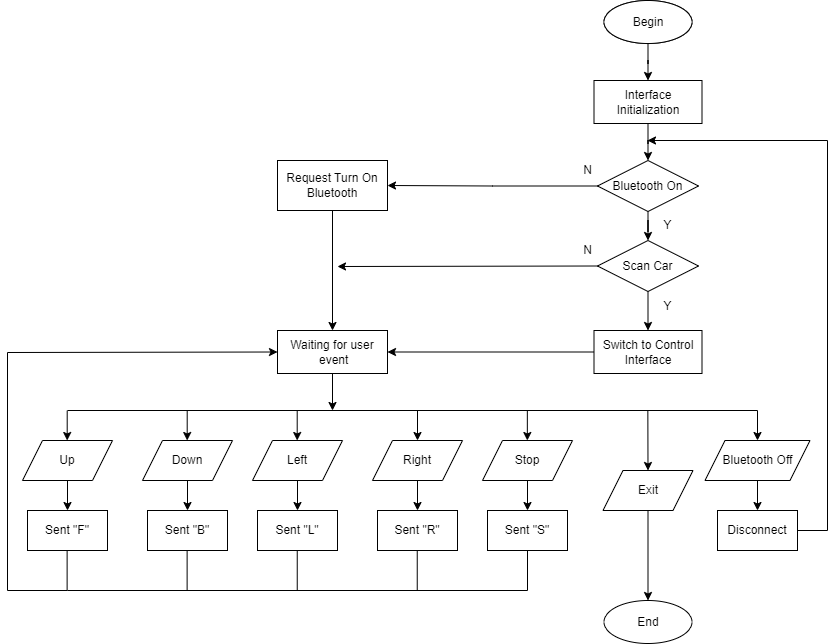
This is Algorithm Diagram.drawio.png from lil-dua/arduino_bluetooth_car, a draw.io export, as it was before one commit. Source tidied: cells renumbered, new cells last; positions are measured from the earlier drawing's top-left corner, leaving out a move shared by most shapes.
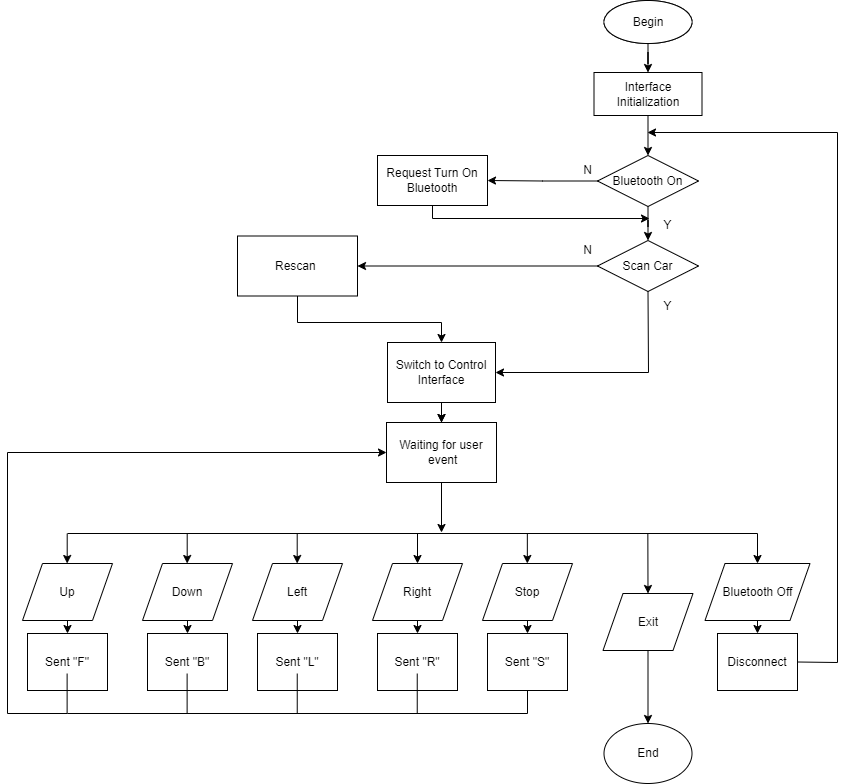
The same diagram one commit later.

Change to the diagram source:
```diff
@@ -3,13 +3,13 @@
     <mxCell id="0" />
     <mxCell id="1" parent="0" />
     <mxCell id="2" value="Begin" style="ellipse;whiteSpace=wrap;html=1;" parent="1" vertex="1">
-      <mxGeometry x="596.5" width="88" height="43" as="geometry" />
+      <mxGeometry x="596.5" y="-123" width="88" height="43" as="geometry" />
     </mxCell>
     <mxCell id="3" style="edgeStyle=orthogonalEdgeStyle;rounded=0;jettySize=auto;html=1;" parent="1" edge="1" source="4" target="7">
       <mxGeometry relative="1" as="geometry" />
     </mxCell>
     <mxCell id="4" value="Interface Initialization" style="rounded=0;whiteSpace=wrap;html=1;" parent="1" vertex="1">
-      <mxGeometry x="586.5" y="80" width="108" height="43" as="geometry" />
+      <mxGeometry x="586.5" y="-51" width="108" height="43" as="geometry" />
     </mxCell>
     <mxCell id="5" style="edgeStyle=orthogonalEdgeStyle;rounded=0;jettySize=auto;html=1;" parent="1" edge="1" source="7" target="9">
       <mxGeometry relative="1" as="geometry" />
@@ -18,33 +18,22 @@
       <mxGeometry relative="1" as="geometry" />
     </mxCell>
     <mxCell id="7" value="Bluetooth On" style="rhombus;whiteSpace=wrap;html=1;" parent="1" vertex="1">
-      <mxGeometry x="590" y="160" width="101" height="51" as="geometry" />
+      <mxGeometry x="590" y="32" width="101" height="51" as="geometry" />
     </mxCell>
-    <mxCell id="8" style="edgeStyle=orthogonalEdgeStyle;rounded=0;jettySize=auto;html=1;exitX=0.5;exitY=1;exitDx=0;exitDy=0;entryX=0.5;entryY=0;entryDx=0;entryDy=0;" parent="1" edge="1" source="9" target="11">
-      <mxGeometry relative="1" as="geometry" />
-    </mxCell>
     <mxCell id="9" value="Scan Car" style="rhombus;whiteSpace=wrap;html=1;" parent="1" vertex="1">
-      <mxGeometry x="590" y="240" width="101" height="51" as="geometry" />
+      <mxGeometry x="590" y="117" width="101" height="51" as="geometry" />
     </mxCell>
     <mxCell id="10" style="edgeStyle=orthogonalEdgeStyle;rounded=0;jettySize=auto;html=1;" parent="1" edge="1" source="11" target="15">
       <mxGeometry relative="1" as="geometry" />
     </mxCell>
-    <mxCell id="11" value="Switch to Control Interface" style="rounded=0;whiteSpace=wrap;html=1;" parent="1" vertex="1">
-      <mxGeometry x="586.5" y="330" width="108" height="43" as="geometry" />
-    </mxCell>
-    <mxCell id="12" style="edgeStyle=orthogonalEdgeStyle;rounded=0;jettySize=auto;html=1;entryX=0.5;entryY=0;entryDx=0;entryDy=0;" parent="1" edge="1" source="13" target="15">
+    <mxCell id="12" style="edgeStyle=orthogonalEdgeStyle;rounded=0;jettySize=auto;html=1;entryX=0.5;entryY=0;entryDx=0;entryDy=0;startArrow=none;" parent="1" edge="1" source="11" target="15">
       <mxGeometry relative="1" as="geometry" />
     </mxCell>
     <mxCell id="13" value="Request Turn On Bluetooth" style="rounded=0;whiteSpace=wrap;html=1;" parent="1" vertex="1">
-      <mxGeometry x="270" y="160" width="110" height="50" as="geometry" />
+      <mxGeometry x="370" y="32" width="110" height="50" as="geometry" />
     </mxCell>
-    <mxCell id="14" style="edgeStyle=orthogonalEdgeStyle;rounded=0;jettySize=auto;html=1;" parent="1" edge="1" source="15">
-      <mxGeometry relative="1" as="geometry">
-        <mxPoint x="325" y="410" as="targetPoint" />
-      </mxGeometry>
-    </mxCell>
     <mxCell id="15" value="Waiting for user&lt;br&gt;&amp;nbsp;event" style="rounded=0;whiteSpace=wrap;html=1;" parent="1" vertex="1">
-      <mxGeometry x="270" y="330" width="110" height="43" as="geometry" />
+      <mxGeometry x="379" y="299" width="110" height="60" as="geometry" />
     </mxCell>
     <mxCell id="16" style="edgeStyle=orthogonalEdgeStyle;rounded=0;jettySize=auto;html=1;" parent="1" edge="1" target="27">
       <mxGeometry relative="1" as="geometry">
@@ -55,10 +44,10 @@
       <mxGeometry relative="1" as="geometry" />
     </mxCell>
     <mxCell id="18" value="Begin" style="ellipse;whiteSpace=wrap;html=1;" parent="1" vertex="1">
-      <mxGeometry x="596.5" width="88" height="43" as="geometry" />
+      <mxGeometry x="596.5" y="-123" width="88" height="43" as="geometry" />
     </mxCell>
     <mxCell id="19" value="End" style="ellipse;whiteSpace=wrap;html=1;" parent="1" vertex="1">
-      <mxGeometry x="596.5" y="600" width="88" height="43" as="geometry" />
+      <mxGeometry x="596.5" y="600" width="88" height="60" as="geometry" />
     </mxCell>
     <mxCell id="20" style="edgeStyle=orthogonalEdgeStyle;rounded=0;jettySize=auto;html=1;entryX=0.5;entryY=0;entryDx=0;entryDy=0;" parent="1" edge="1" target="28">
       <mxGeometry relative="1" as="geometry">
@@ -85,32 +74,23 @@
         <mxPoint x="640.5" y="510" as="sourcePoint" />
       </mxGeometry>
     </mxCell>
-    <mxCell id="25" style="edgeStyle=orthogonalEdgeStyle;rounded=0;jettySize=auto;html=1;" parent="1" edge="1" source="26">
-      <mxGeometry relative="1" as="geometry">
-        <mxPoint x="640" y="140" as="targetPoint" />
-        <Array as="points">
-          <mxPoint x="820" y="530" />
-          <mxPoint x="820" y="140" />
-        </Array>
-      </mxGeometry>
-    </mxCell>
     <mxCell id="26" value="Disconnect" style="rounded=0;whiteSpace=wrap;html=1;" parent="1" vertex="1">
-      <mxGeometry x="710" y="510" width="80" height="40" as="geometry" />
+      <mxGeometry x="710" y="510" width="80" height="57" as="geometry" />
     </mxCell>
     <mxCell id="27" value="Sent &quot;F&quot;" style="rounded=0;whiteSpace=wrap;html=1;" parent="1" vertex="1">
-      <mxGeometry x="20" y="510" width="80" height="40" as="geometry" />
+      <mxGeometry x="20" y="510" width="80" height="57" as="geometry" />
     </mxCell>
     <mxCell id="28" value="Sent &quot;B&quot;" style="rounded=0;whiteSpace=wrap;html=1;" parent="1" vertex="1">
-      <mxGeometry x="140" y="510" width="80" height="40" as="geometry" />
+      <mxGeometry x="140" y="510" width="80" height="57" as="geometry" />
     </mxCell>
     <mxCell id="29" value="Sent &quot;L&quot;" style="rounded=0;whiteSpace=wrap;html=1;" parent="1" vertex="1">
-      <mxGeometry x="250" y="510" width="80" height="40" as="geometry" />
+      <mxGeometry x="250" y="510" width="80" height="57" as="geometry" />
     </mxCell>
     <mxCell id="30" value="Sent &quot;R&quot;" style="rounded=0;whiteSpace=wrap;html=1;" parent="1" vertex="1">
-      <mxGeometry x="370" y="510" width="80" height="40" as="geometry" />
+      <mxGeometry x="370" y="510" width="80" height="57" as="geometry" />
     </mxCell>
     <mxCell id="31" value="Sent &quot;S&quot;" style="rounded=0;whiteSpace=wrap;html=1;" parent="1" vertex="1">
-      <mxGeometry x="480" y="510" width="80" height="40" as="geometry" />
+      <mxGeometry x="480" y="510" width="80" height="57" as="geometry" />
     </mxCell>
     <mxCell id="32" style="edgeStyle=orthogonalEdgeStyle;rounded=0;jettySize=auto;html=1;" parent="1" edge="1" target="26">
       <mxGeometry relative="1" as="geometry">
@@ -205,47 +185,87 @@
         <mxPoint x="60" y="590" as="sourcePoint" />
         <Array as="points">
           <mxPoint y="590" />
-          <mxPoint y="352" />
+          <mxPoint y="329" />
         </Array>
       </mxGeometry>
     </mxCell>
-    <mxCell id="48" style="endArrow=classic;html=1;rounded=0;exitX=0;exitY=0.5;exitDx=0;exitDy=0;" parent="1" edge="1" source="9">
-      <mxGeometry relative="1" as="geometry">
-        <mxPoint x="330" y="266" as="targetPoint" />
-      </mxGeometry>
-    </mxCell>
     <mxCell id="49" value="N" style="text;html=1;align=center;verticalAlign=middle;strokeColor=none;fillColor=none;" parent="1" vertex="1">
-      <mxGeometry x="565" y="155" width="30" height="30" as="geometry" />
+      <mxGeometry x="565" y="32" width="30" height="30" as="geometry" />
     </mxCell>
     <mxCell id="50" value="Y" style="text;html=1;align=center;verticalAlign=middle;points=[];strokeColor=none;fillColor=none;" parent="1" vertex="1">
-      <mxGeometry x="645" y="210" width="30" height="30" as="geometry" />
+      <mxGeometry x="645" y="87" width="30" height="30" as="geometry" />
     </mxCell>
     <mxCell id="51" value="Y" style="text;html=1;align=center;verticalAlign=middle;strokeColor=none;fillColor=none;" parent="1" vertex="1">
-      <mxGeometry x="645" y="291" width="30" height="30" as="geometry" />
+      <mxGeometry x="645" y="168" width="30" height="30" as="geometry" />
     </mxCell>
     <mxCell id="52" value="N" style="text;html=1;align=center;verticalAlign=middle;strokeColor=none;fillColor=none;" parent="1" vertex="1">
-      <mxGeometry x="565" y="235" width="30" height="30" as="geometry" />
+      <mxGeometry x="565" y="112" width="30" height="30" as="geometry" />
     </mxCell>
     <mxCell id="53" value="Up" style="shape=parallelogram;perimeter=parallelogramPerimeter;whiteSpace=wrap;html=1;fixedSize=1;" parent="1" vertex="1">
-      <mxGeometry x="15" y="440" width="90" height="40" as="geometry" />
+      <mxGeometry x="15" y="440" width="90" height="57" as="geometry" />
     </mxCell>
     <mxCell id="54" value="Down" style="shape=parallelogram;perimeter=parallelogramPerimeter;whiteSpace=wrap;html=1;fixedSize=1;" parent="1" vertex="1">
-      <mxGeometry x="135" y="440" width="90" height="40" as="geometry" />
+      <mxGeometry x="135" y="440" width="90" height="57" as="geometry" />
     </mxCell>
     <mxCell id="55" value="Left" style="shape=parallelogram;perimeter=parallelogramPerimeter;whiteSpace=wrap;html=1;fixedSize=1;" parent="1" vertex="1">
-      <mxGeometry x="245" y="440" width="90" height="40" as="geometry" />
+      <mxGeometry x="245" y="440" width="90" height="57" as="geometry" />
     </mxCell>
     <mxCell id="56" value="Right" style="shape=parallelogram;perimeter=parallelogramPerimeter;whiteSpace=wrap;html=1;fixedSize=1;" parent="1" vertex="1">
-      <mxGeometry x="365" y="440" width="90" height="40" as="geometry" />
+      <mxGeometry x="365" y="440" width="90" height="57" as="geometry" />
     </mxCell>
     <mxCell id="57" value="Stop" style="shape=parallelogram;perimeter=parallelogramPerimeter;whiteSpace=wrap;html=1;fixedSize=1;" parent="1" vertex="1">
-      <mxGeometry x="475" y="440" width="90" height="40" as="geometry" />
+      <mxGeometry x="475" y="440" width="90" height="57" as="geometry" />
     </mxCell>
     <mxCell id="58" value="Exit" style="shape=parallelogram;perimeter=parallelogramPerimeter;whiteSpace=wrap;html=1;fixedSize=1;" parent="1" vertex="1">
-      <mxGeometry x="595.5" y="470" width="90" height="40" as="geometry" />
+      <mxGeometry x="595.5" y="470" width="90" height="57" as="geometry" />
     </mxCell>
     <mxCell id="59" value="Bluetooth Off" style="shape=parallelogram;perimeter=parallelogramPerimeter;whiteSpace=wrap;html=1;fixedSize=1;" parent="1" vertex="1">
-      <mxGeometry x="697.5" y="440" width="105" height="40" as="geometry" />
+      <mxGeometry x="697.5" y="440" width="105" height="57" as="geometry" />
     </mxCell>
+    <mxCell id="11" value="Switch to Control Interface" style="rounded=0;whiteSpace=wrap;html=1;" parent="1" vertex="1">
+      <mxGeometry x="380" y="219" width="108" height="60" as="geometry" />
+    </mxCell>
+    <mxCell id="8" style="endArrow=classic;html=1;rounded=0;exitX=0.5;exitY=1;exitDx=0;exitDy=0;entryX=1;entryY=0.5;entryDx=0;entryDy=0;" parent="1" edge="1" source="9" target="11">
+      <mxGeometry relative="1" as="geometry">
+        <Array as="points">
+          <mxPoint x="641" y="249" />
+        </Array>
+      </mxGeometry>
+    </mxCell>
+    <mxCell id="60" style="endArrow=classic;html=1;rounded=0;exitX=0.5;exitY=1;exitDx=0;exitDy=0;" parent="1" edge="1" source="15">
+      <mxGeometry relative="1" as="geometry">
+        <mxPoint x="434" y="409" as="targetPoint" />
+      </mxGeometry>
+    </mxCell>
+    <mxCell id="61" style="endArrow=classic;html=1;rounded=0;exitX=0.5;exitY=1;exitDx=0;exitDy=0;entryX=-0.1;entryY=0.267;entryDx=0;entryDy=0;entryPerimeter=0;" parent="1" edge="1" source="13" target="50">
+      <mxGeometry relative="1" as="geometry">
+        <Array as="points">
+          <mxPoint x="425" y="95" />
+        </Array>
+      </mxGeometry>
+    </mxCell>
+    <mxCell id="62" value="Rescan&amp;nbsp;" style="rounded=0;whiteSpace=wrap;html=1;" parent="1" vertex="1">
+      <mxGeometry x="230" y="112.5" width="120" height="60" as="geometry" />
+    </mxCell>
+    <mxCell id="63" style="endArrow=classic;html=1;rounded=0;exitX=0;exitY=0.5;exitDx=0;exitDy=0;entryX=1;entryY=0.5;entryDx=0;entryDy=0;" parent="1" edge="1" source="9" target="62">
+      <mxGeometry relative="1" as="geometry" />
+    </mxCell>
+    <mxCell id="64" style="endArrow=classic;html=1;rounded=0;exitX=0.5;exitY=1;exitDx=0;exitDy=0;entryX=0.5;entryY=0;entryDx=0;entryDy=0;" parent="1" edge="1" source="62" target="11">
+      <mxGeometry relative="1" as="geometry">
+        <Array as="points">
+          <mxPoint x="290" y="199" />
+          <mxPoint x="434" y="199" />
+        </Array>
+      </mxGeometry>
+    </mxCell>
+    <mxCell id="65" style="endArrow=classic;html=1;rounded=0;exitX=1;exitY=0.5;exitDx=0;exitDy=0;" parent="1" edge="1" source="26">
+      <mxGeometry relative="1" as="geometry">
+        <mxPoint x="640" y="9" as="targetPoint" />
+        <Array as="points">
+          <mxPoint x="830" y="539" />
+          <mxPoint x="830" y="9" />
+        </Array>
+      </mxGeometry>
+    </mxCell>
   </root>
 </mxGraphModel>
```
